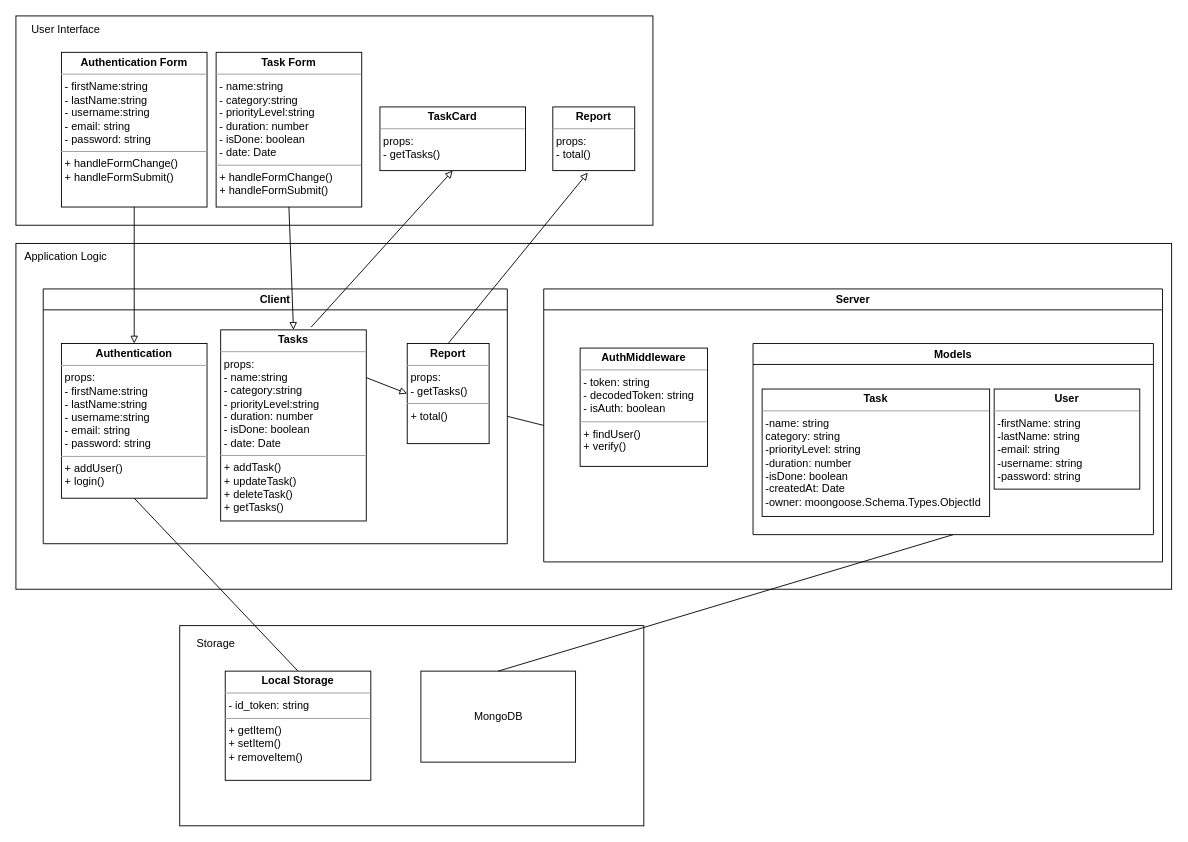
The draw.io diagram images/hardware/subsystem services.drawio in ViNguyen3747/Voice-Powered-Self-Productivity, before the edit. Source tidied: cells renumbered, new cells numbered last; positions are measured from the earlier drawing's top-left corner, leaving out a move shared by most shapes. Both pictures are drawn from the tidied source at 91%, with x=0, y=0 at pixel (15, 15).
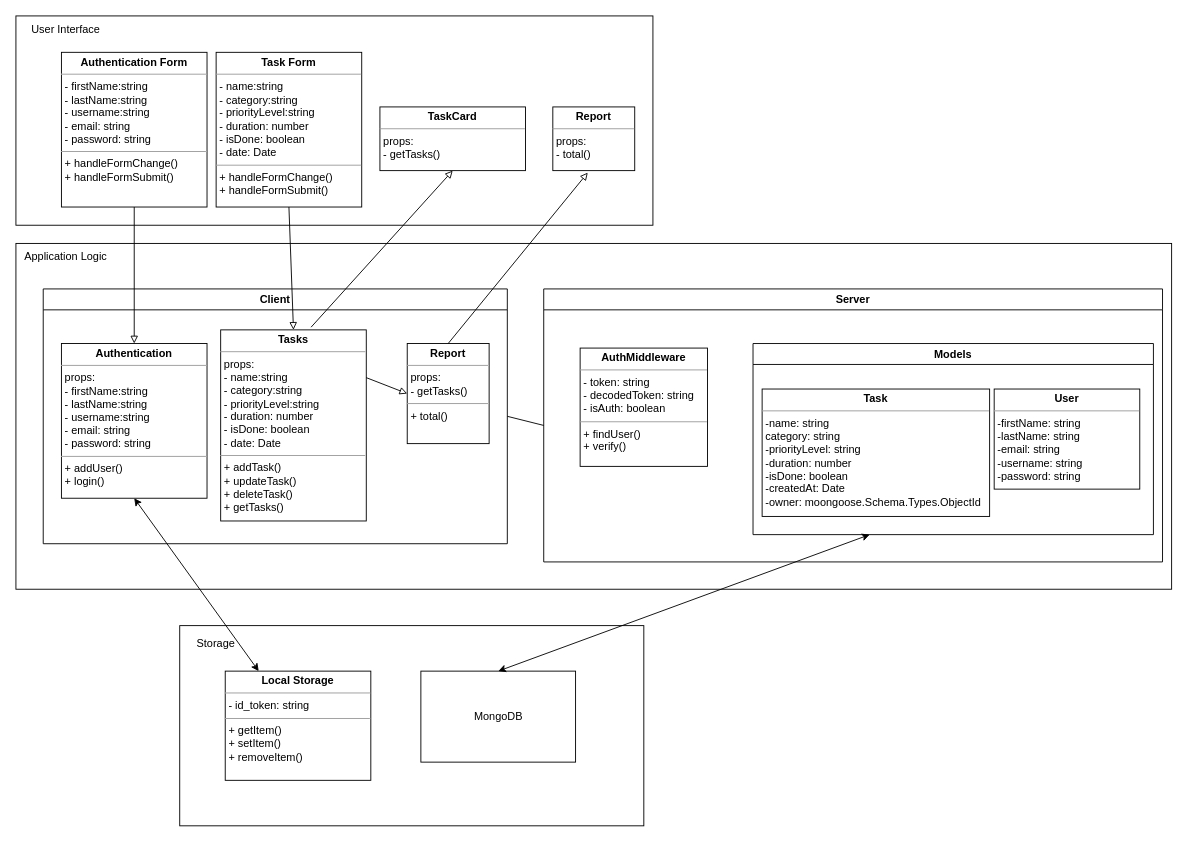
The same page after the edit.

The change refers to these unchanged cells:
```xml
<mxCell id="4" value="&lt;p style=&quot;margin: 0px ; margin-top: 4px ; text-align: center&quot;&gt;&lt;b&gt;Local Storage&lt;/b&gt;&lt;/p&gt;&lt;hr size=&quot;1&quot;&gt;&lt;p style=&quot;margin: 0px ; margin-left: 4px&quot;&gt;- id_token: string&lt;/p&gt;&lt;hr size=&quot;1&quot;&gt;&lt;p style=&quot;margin: 0px ; margin-left: 4px&quot;&gt;+ getItem()&lt;/p&gt;&lt;p style=&quot;margin: 0px ; margin-left: 4px&quot;&gt;+ setItem()&lt;/p&gt;&lt;p style=&quot;margin: 0px ; margin-left: 4px&quot;&gt;+ removeItem()&lt;/p&gt;&lt;p style=&quot;margin: 0px ; margin-left: 4px&quot;&gt;&lt;br&gt;&lt;/p&gt;" style="verticalAlign=top;align=left;overflow=fill;fontSize=12;fontFamily=Helvetica;html=1;" parent="1" vertex="1">
  <mxGeometry x="230" y="720" width="160" height="120" as="geometry" />
</mxCell>
<mxCell id="8" value="&lt;p style=&quot;margin: 0px ; margin-top: 4px ; text-align: center&quot;&gt;&lt;b&gt;Authentication&lt;/b&gt;&lt;/p&gt;&lt;hr size=&quot;1&quot;&gt;&lt;p style=&quot;margin: 0px ; margin-left: 4px&quot;&gt;props:&lt;/p&gt;&lt;p style=&quot;margin: 0px ; margin-left: 4px&quot;&gt;- firstName:string&lt;/p&gt;&lt;p style=&quot;margin: 0px ; margin-left: 4px&quot;&gt;- lastName:string&lt;/p&gt;&lt;p style=&quot;margin: 0px ; margin-left: 4px&quot;&gt;- username:string&lt;/p&gt;&lt;p style=&quot;margin: 0px ; margin-left: 4px&quot;&gt;- email: string&lt;/p&gt;&lt;p style=&quot;margin: 0px ; margin-left: 4px&quot;&gt;- password: string&lt;/p&gt;&lt;hr size=&quot;1&quot;&gt;&lt;p style=&quot;margin: 0px ; margin-left: 4px&quot;&gt;+ addUser()&lt;/p&gt;&lt;p style=&quot;margin: 0px ; margin-left: 4px&quot;&gt;+ login()&lt;/p&gt;&lt;p style=&quot;margin: 0px ; margin-left: 4px&quot;&gt;&lt;br&gt;&lt;/p&gt;" style="verticalAlign=top;align=left;overflow=fill;fontSize=12;fontFamily=Helvetica;html=1;" parent="1" vertex="1">
  <mxGeometry x="50" y="360" width="160" height="170" as="geometry" />
</mxCell>
<mxCell id="25" value="Models" style="swimlane;" parent="1" vertex="1">
  <mxGeometry x="810" y="360" width="440" height="210" as="geometry" />
</mxCell>
<mxCell id="27" value="MongoDB" style="html=1;" parent="1" vertex="1">
  <mxGeometry x="445" y="720" width="170" height="100" as="geometry" />
</mxCell>
```

What changed in the source:
```diff
@@
-    <mxCell id="29" style="endArrow=none;html=1;rounded=0;entryX=0.5;entryY=0;entryDx=0;entryDy=0;exitX=0.5;exitY=1;exitDx=0;exitDy=0;" parent="1" edge="1" source="8" target="4">
-      <mxGeometry relative="1" as="geometry" />
-    </mxCell>
-    <mxCell id="30" style="endArrow=none;html=1;rounded=0;entryX=0.5;entryY=0;entryDx=0;entryDy=0;exitX=0.5;exitY=1;exitDx=0;exitDy=0;" parent="1" edge="1" source="25" target="27">
-      <mxGeometry relative="1" as="geometry" />
-    </mxCell>
+    <mxCell id="31" style="endArrow=classic;startArrow=classic;html=1;rounded=0;entryX=0.5;entryY=1;entryDx=0;entryDy=0;" parent="1" edge="1" source="4" target="8">
+      <mxGeometry relative="1" as="geometry" />
+    </mxCell>
+    <mxCell id="32" style="endArrow=classic;startArrow=classic;html=1;rounded=0;entryX=0.5;entryY=1;entryDx=0;entryDy=0;exitX=0.5;exitY=0;exitDx=0;exitDy=0;" parent="1" edge="1" source="27">
+      <mxGeometry relative="1" as="geometry">
+        <mxPoint x="938.2" y="570" as="targetPoint" />
+      </mxGeometry>
+    </mxCell>
```
